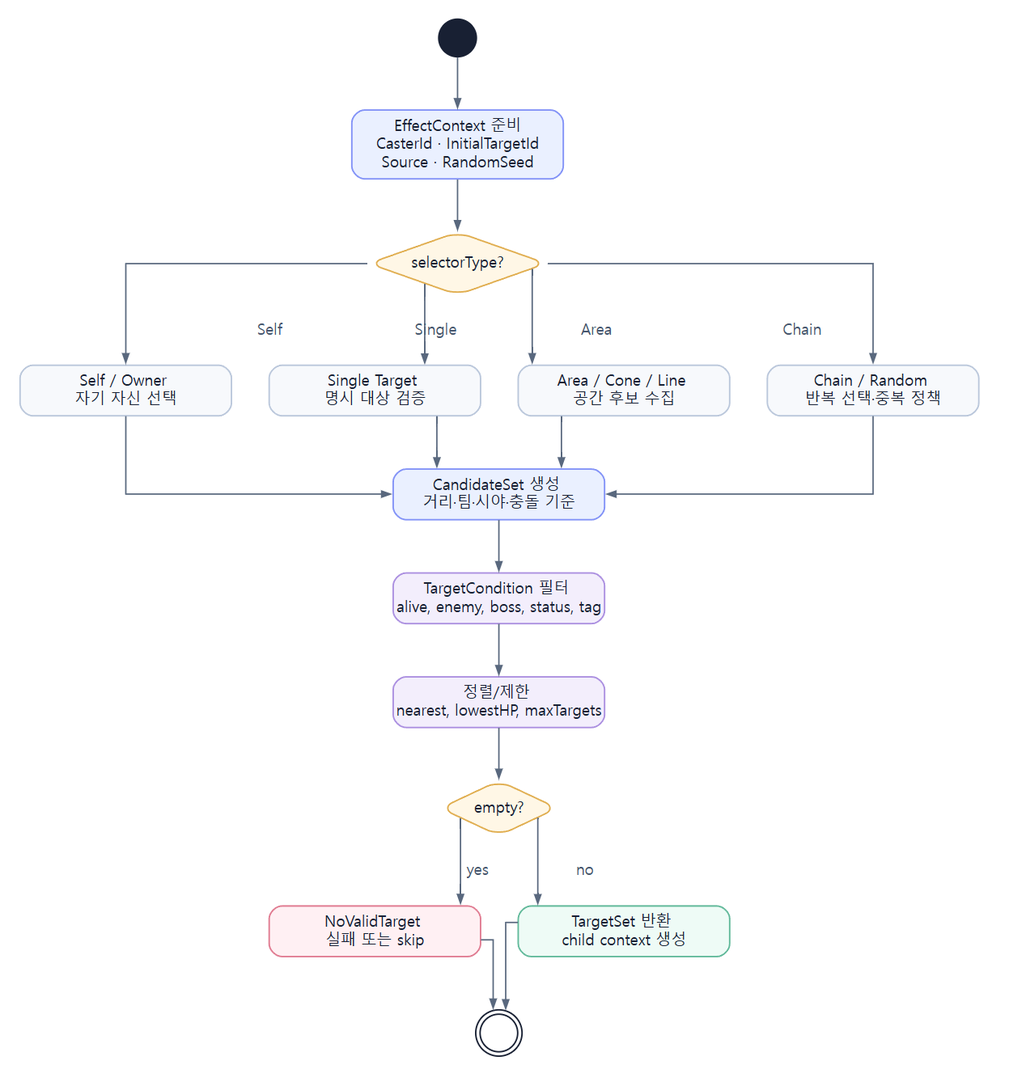
This is assets/diagrams/12_target_selection_activity_diagram.png from JY-LemongO/game-system-framework-knowledge-site, a Graphviz export, as it was before one commit. Its source is kept beside it as source/diagrams/12_target_selection_activity_diagram.dot.
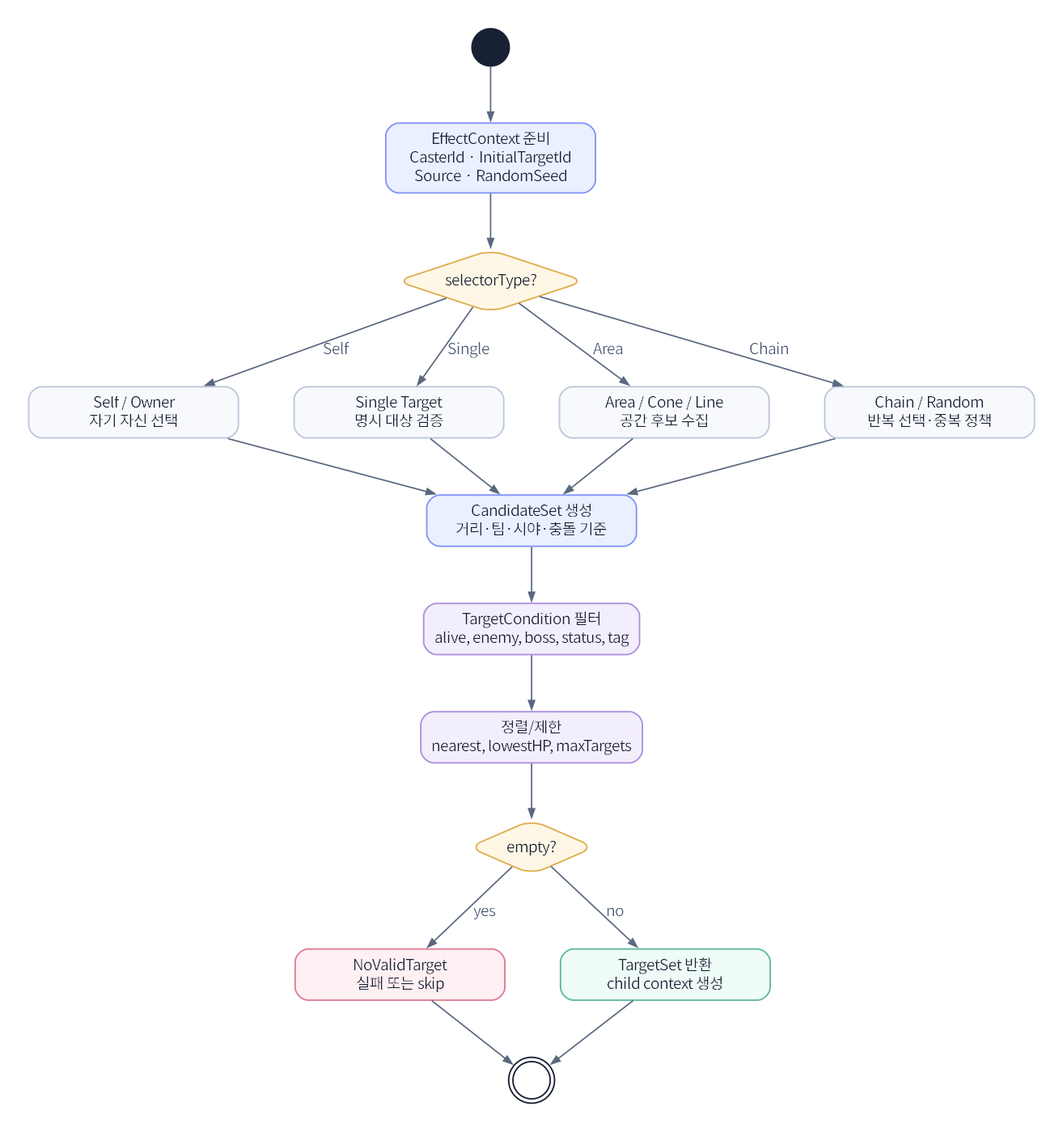
After the change.

Change to the diagram source:
```diff
@@ -1,11 +1,11 @@
 digraph G {
 
-  graph [fontname="Noto Sans CJK KR", bgcolor="#ffffff", margin=0.12, pad=0.25, ranksep=0.65, nodesep=0.48];
-  node [fontname="Noto Sans CJK KR", shape=box, style="rounded,filled", color="#bac7db", penwidth=1.4, fillcolor="#ffffff", fontcolor="#182033", margin="0.14,0.09"];
-  edge [fontname="Noto Sans CJK KR", color="#59687e", fontcolor="#46566e", arrowsize=0.8, penwidth=1.3];
+  graph [fontname="Noto Sans KR", bgcolor="#ffffff", margin=0.12, pad=0.25, ranksep=0.72, nodesep=0.72];
+  node [fontname="Noto Sans KR", shape=box, style="rounded,filled", color="#bac7db", penwidth=1.4, fillcolor="#ffffff", fontcolor="#182033", margin="0.14,0.09"];
+  edge [fontname="Noto Sans KR", color="#59687e", fontcolor="#46566e", arrowsize=0.8, penwidth=1.3];
 
   rankdir=TB;
-  splines=ortho;
+  splines=polyline;
   node [shape=box, style="rounded,filled", width=2.7, height=0.48];
   start [shape=circle, label="", width=0.22, fillcolor="#182033", color="#182033"];
   Build [label="EffectContext 준비
@@ -20,6 +20,7 @@
 공간 후보 수집", fillcolor="#f7f9fc"];
   Chain [label="Chain / Random
 반복 선택·중복 정책", fillcolor="#f7f9fc"];
+  { rank=same; Self; Single; Area; Chain; }
   Candidate [label="CandidateSet 생성
 거리·팀·시야·충돌 기준", fillcolor="#eaf0ff", color="#8292f7"];
   Filter [label="TargetCondition 필터
```
